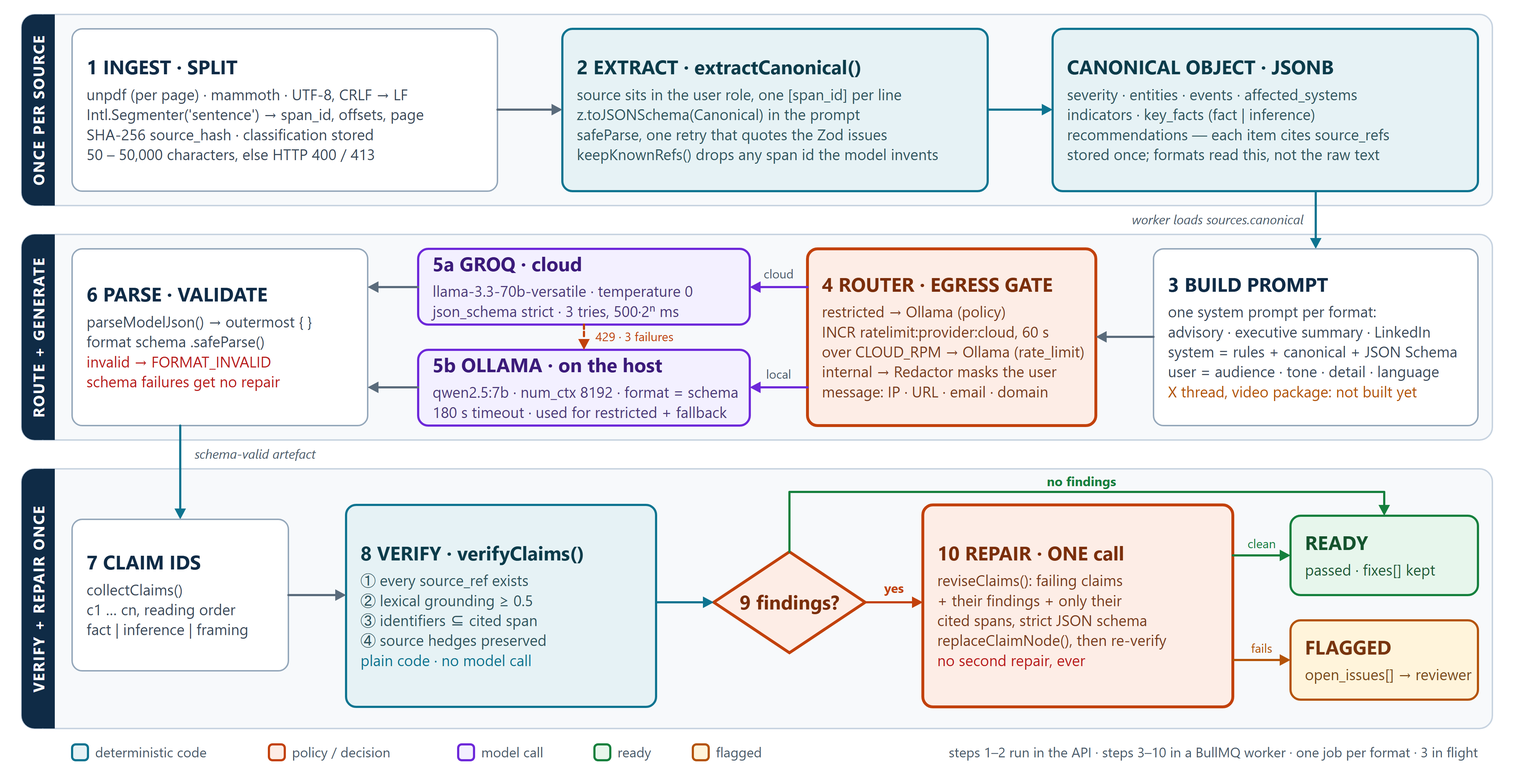
Before: docs/figures/ai-system-flowchart.png, a diagram exported from Mermaid (MdFareedKhan01/MetaMorphAI). Its source is kept beside it as docs/figures/ai-system-flowchart.mmd.
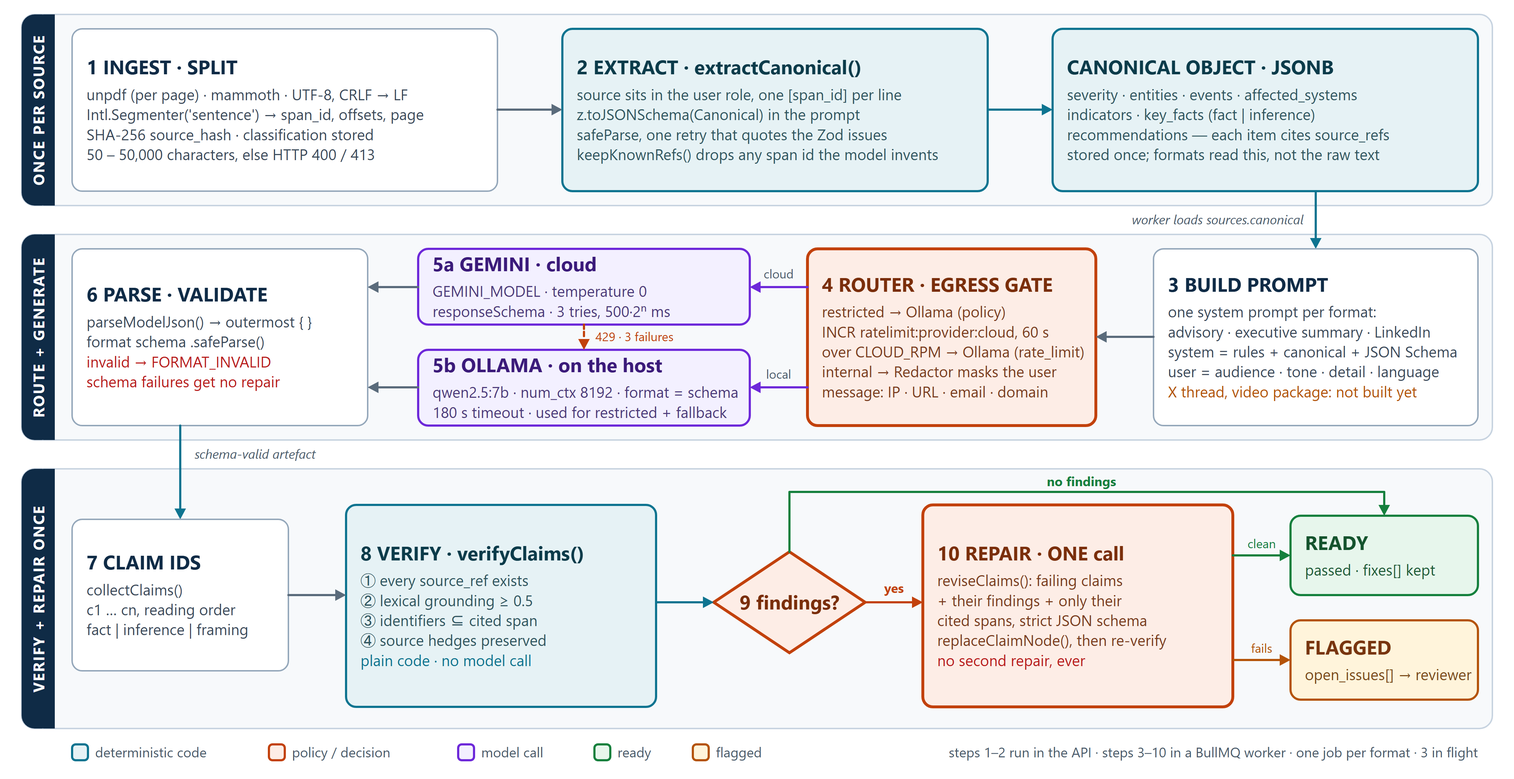
The same file after the commit.

Change to the diagram source:
```diff
@@ -16,7 +16,7 @@
   subgraph TWO["ROUTE + GENERATE · one BullMQ job per format, 3 in flight"]
     D["3 BUILD PROMPT<br/>system = rules + canonical + JSON Schema<br/>user = audience · tone · detail · language<br/>advisory · executive summary · LinkedIn only"]:::step
     E{"4 ROUTER · EGRESS GATE"}:::gate
-    G["5a GROQ · cloud<br/>llama-3.3-70b-versatile · temperature 0<br/>json_schema strict · 3 tries, 500·2^n ms"]:::model
+    G["5a GEMINI · cloud<br/>GEMINI_MODEL · temperature 0<br/>responseSchema · 3 tries, 500·2^n ms"]:::model
     L["5b OLLAMA · on the host<br/>qwen2.5:7b · num_ctx 8192<br/>format = JSON Schema · 180 s timeout"]:::model
     P["6 PARSE · VALIDATE<br/>parseModelJson() → outermost braces<br/>format schema safeParse<br/>invalid → FORMAT_INVALID, no repair"]:::step
     D --> E
```
